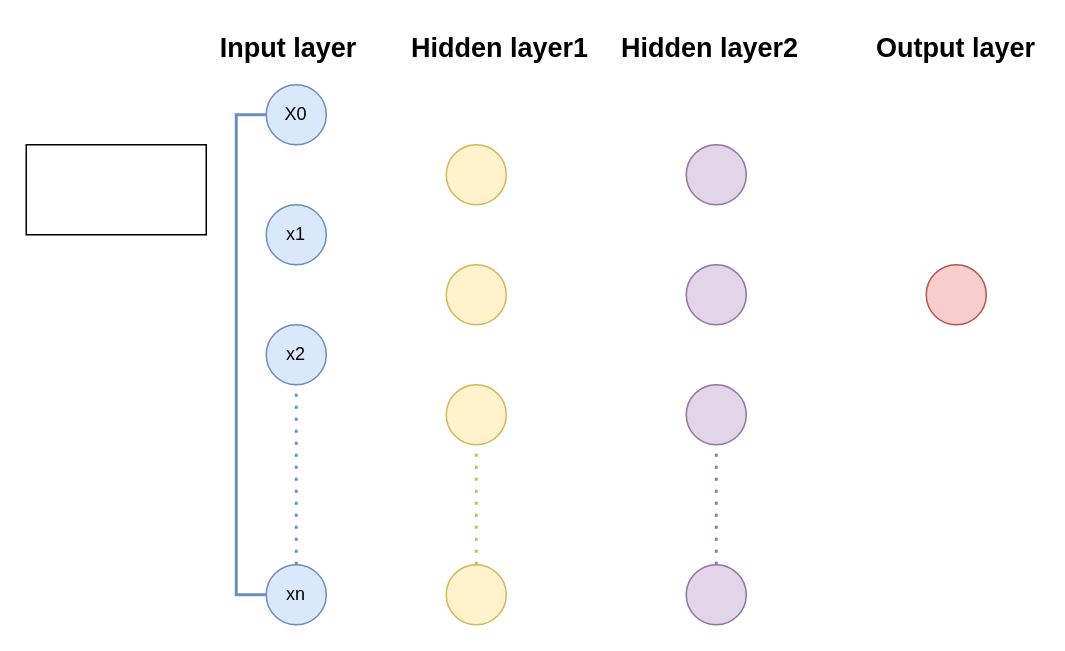
The draw.io diagram Untitled Diagram.drawio in XuetingZhang/BiminghamWInnerSchool, before the edit. Source tidied: cells renumbered, new cells numbered last; positions are measured from the earlier drawing's top-left corner, leaving out a move shared by most shapes. Both pictures are drawn from the tidied source at 150%, with x=0, y=0 at pixel (26, 26).
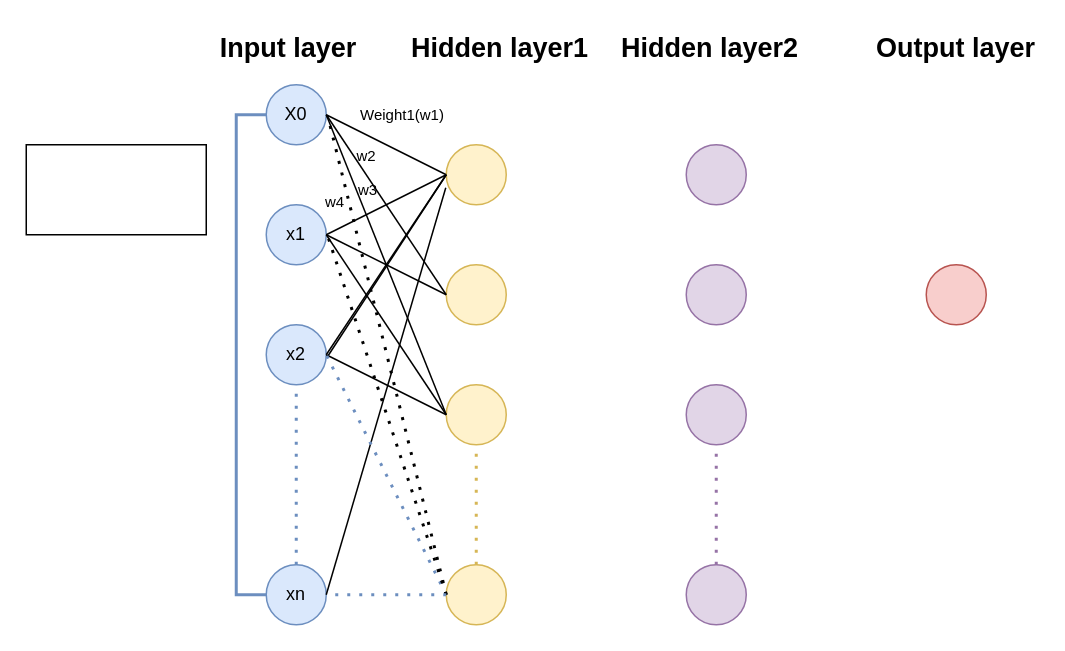
After the change.

Unchanged cells that the change refers to:
```xml
<mxCell id="2" value="X0" style="ellipse;whiteSpace=wrap;html=1;fillColor=#dae8fc;strokeColor=#6c8ebf;" parent="1" vertex="1">
  <mxGeometry x="160" y="39" width="40" height="40" as="geometry" />
</mxCell>
<mxCell id="3" value="x1" style="ellipse;whiteSpace=wrap;html=1;fillColor=#dae8fc;strokeColor=#6c8ebf;" parent="1" vertex="1">
  <mxGeometry x="160" y="119" width="40" height="40" as="geometry" />
</mxCell>
<mxCell id="4" value="x2" style="ellipse;whiteSpace=wrap;html=1;fillColor=#dae8fc;strokeColor=#6c8ebf;" parent="1" vertex="1">
  <mxGeometry x="160" y="199" width="40" height="40" as="geometry" />
</mxCell>
<mxCell id="5" value="xn" style="ellipse;whiteSpace=wrap;html=1;fillColor=#dae8fc;strokeColor=#6c8ebf;" parent="1" vertex="1">
  <mxGeometry x="160" y="359" width="40" height="40" as="geometry" />
</mxCell>
<mxCell id="7" style="ellipse;whiteSpace=wrap;html=1;fillColor=#fff2cc;strokeColor=#d6b656;" parent="1" vertex="1">
  <mxGeometry x="280" y="159" width="40" height="40" as="geometry" />
</mxCell>
<mxCell id="8" style="ellipse;whiteSpace=wrap;html=1;fillColor=#fff2cc;strokeColor=#d6b656;" parent="1" vertex="1">
  <mxGeometry x="280" y="239" width="40" height="40" as="geometry" />
</mxCell>
<mxCell id="9" style="ellipse;whiteSpace=wrap;html=1;fillColor=#fff2cc;strokeColor=#d6b656;" parent="1" vertex="1">
  <mxGeometry x="280" y="359" width="40" height="40" as="geometry" />
</mxCell>
<mxCell id="14" style="ellipse;whiteSpace=wrap;html=1;fillColor=#fff2cc;strokeColor=#d6b656;" parent="1" vertex="1">
  <mxGeometry x="280" y="79" width="40" height="40" as="geometry" />
</mxCell>
```

Diff of the diagram source:
```diff
@@
+    <mxCell id="24" style="endArrow=none;html=1;fontSize=18;entryX=0;entryY=0.5;entryDx=0;entryDy=0;exitX=1;exitY=0.5;exitDx=0;exitDy=0;" parent="1" edge="1" source="2" target="14">
+      <mxGeometry relative="1" as="geometry" />
+    </mxCell>
+    <mxCell id="25" style="endArrow=none;html=1;fontSize=18;entryX=0;entryY=0.5;entryDx=0;entryDy=0;exitX=1;exitY=0.5;exitDx=0;exitDy=0;" parent="1" edge="1" source="3" target="7">
+      <mxGeometry relative="1" as="geometry" />
+    </mxCell>
+    <mxCell id="26" style="endArrow=none;html=1;fontSize=18;entryX=0;entryY=0.5;entryDx=0;entryDy=0;exitX=1;exitY=0.5;exitDx=0;exitDy=0;" parent="1" edge="1" source="4" target="8">
+      <mxGeometry relative="1" as="geometry" />
+    </mxCell>
+    <mxCell id="27" style="endArrow=none;html=1;fontSize=18;entryX=0;entryY=0.5;entryDx=0;entryDy=0;exitX=1;exitY=0.5;exitDx=0;exitDy=0;" parent="1" edge="1" source="3" target="14">
+      <mxGeometry relative="1" as="geometry" />
+    </mxCell>
+    <mxCell id="28" style="endArrow=none;html=1;fontSize=18;entryX=0;entryY=0.5;entryDx=0;entryDy=0;" parent="1" edge="1" target="14">
+      <mxGeometry relative="1" as="geometry">
+        <mxPoint x="201" y="220" as="sourcePoint" />
+      </mxGeometry>
+    </mxCell>
+    <mxCell id="29" style="endArrow=none;html=1;fontSize=18;entryX=0;entryY=0.5;entryDx=0;entryDy=0;exitX=1;exitY=0.5;exitDx=0;exitDy=0;" parent="1" edge="1" source="4" target="14">
+      <mxGeometry relative="1" as="geometry" />
+    </mxCell>
+    <mxCell id="30" style="endArrow=none;html=1;fontSize=18;entryX=-0.008;entryY=0.717;entryDx=0;entryDy=0;entryPerimeter=0;exitX=1;exitY=0.5;exitDx=0;exitDy=0;" parent="1" edge="1" source="5" target="14">
+      <mxGeometry relative="1" as="geometry" />
+    </mxCell>
+    <mxCell id="31" style="endArrow=none;dashed=1;html=1;dashPattern=1 3;strokeWidth=2;fontSize=18;entryX=1;entryY=0.5;entryDx=0;entryDy=0;exitX=0;exitY=0.5;exitDx=0;exitDy=0;fillColor=#dae8fc;strokeColor=#6c8ebf;" parent="1" edge="1" source="9" target="4">
+      <mxGeometry relative="1" as="geometry" />
+    </mxCell>
+    <mxCell id="32" style="endArrow=none;html=1;fontSize=18;entryX=1;entryY=0.5;entryDx=0;entryDy=0;exitX=0;exitY=0.5;exitDx=0;exitDy=0;" parent="1" edge="1" source="7" target="2">
+      <mxGeometry relative="1" as="geometry" />
+    </mxCell>
+    <mxCell id="33" style="endArrow=none;html=1;fontSize=18;entryX=1;entryY=0.5;entryDx=0;entryDy=0;exitX=0;exitY=0.5;exitDx=0;exitDy=0;" parent="1" edge="1" source="8" target="2">
+      <mxGeometry relative="1" as="geometry" />
+    </mxCell>
+    <mxCell id="34" style="endArrow=none;html=1;fontSize=18;entryX=1;entryY=0.5;entryDx=0;entryDy=0;exitX=0;exitY=0.5;exitDx=0;exitDy=0;" parent="1" edge="1" source="8" target="3">
+      <mxGeometry relative="1" as="geometry" />
+    </mxCell>
+    <mxCell id="35" style="endArrow=none;dashed=1;html=1;dashPattern=1 3;strokeWidth=2;fontSize=18;exitX=0;exitY=0.5;exitDx=0;exitDy=0;" parent="1" edge="1" source="9">
+      <mxGeometry relative="1" as="geometry">
+        <mxPoint x="201" y="60" as="targetPoint" />
+      </mxGeometry>
+    </mxCell>
+    <mxCell id="36" style="endArrow=none;dashed=1;html=1;dashPattern=1 3;strokeWidth=2;fontSize=18;exitX=0;exitY=0.5;exitDx=0;exitDy=0;" parent="1" edge="1" source="9">
+      <mxGeometry relative="1" as="geometry">
+        <mxPoint x="201" y="140" as="targetPoint" />
+      </mxGeometry>
+    </mxCell>
+    <mxCell id="37" style="endArrow=none;dashed=1;html=1;dashPattern=1 3;strokeWidth=2;fontSize=18;exitX=0;exitY=0.5;exitDx=0;exitDy=0;entryX=1;entryY=0.5;entryDx=0;entryDy=0;fillColor=#dae8fc;strokeColor=#6c8ebf;" parent="1" edge="1" source="9" target="5">
+      <mxGeometry relative="1" as="geometry" />
+    </mxCell>
+    <mxCell id="38" value="Weight1(w1)" style="text;html=1;strokeColor=none;fillColor=none;align=center;verticalAlign=middle;whiteSpace=wrap;rounded=0;shadow=0;glass=0;fontSize=10;" parent="1" vertex="1">
+      <mxGeometry x="211" y="49" width="80" height="20" as="geometry" />
+    </mxCell>
+    <mxCell id="39" value="w2" style="text;html=1;strokeColor=none;fillColor=none;align=center;verticalAlign=middle;whiteSpace=wrap;rounded=0;shadow=0;glass=0;fontSize=10;" parent="1" vertex="1">
+      <mxGeometry x="207" y="76" width="40" height="20" as="geometry" />
+    </mxCell>
+    <mxCell id="40" value="w3" style="text;html=1;strokeColor=none;fillColor=none;align=center;verticalAlign=middle;whiteSpace=wrap;rounded=0;shadow=0;glass=0;fontSize=10;" parent="1" vertex="1">
+      <mxGeometry x="208" y="99" width="40" height="20" as="geometry" />
+    </mxCell>
+    <mxCell id="41" value="w4" style="text;html=1;strokeColor=none;fillColor=none;align=center;verticalAlign=middle;whiteSpace=wrap;rounded=0;shadow=0;glass=0;fontSize=10;" parent="1" vertex="1">
+      <mxGeometry x="186" y="107" width="40" height="20" as="geometry" />
+    </mxCell>
```
